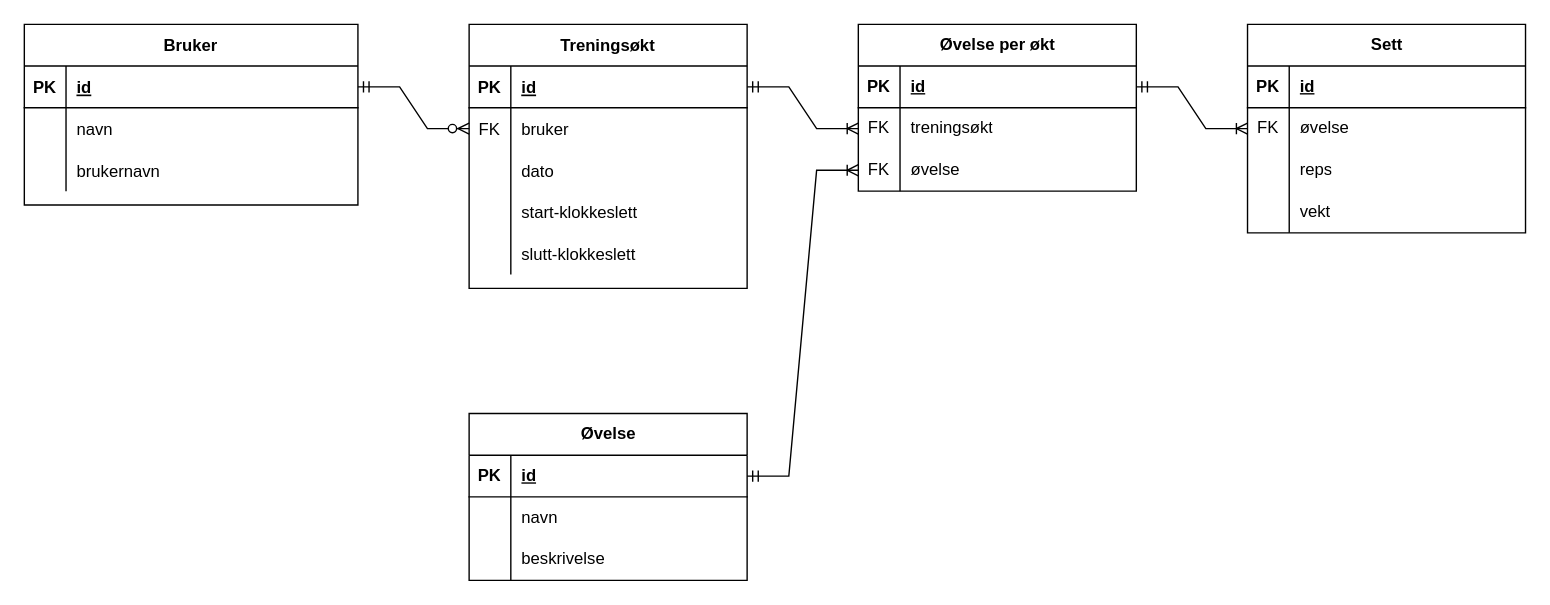
This is Datamodell.drawio from nikirack/prosjekt-arbeid, a draw.io file, before an edit. Source tidied: cells renumbered, new cells numbered last; positions are measured from the earlier drawing's top-left corner, leaving out a move shared by most shapes. Both pictures are drawn from the tidied source at 139%, with x=0, y=0 at pixel (24, 24).
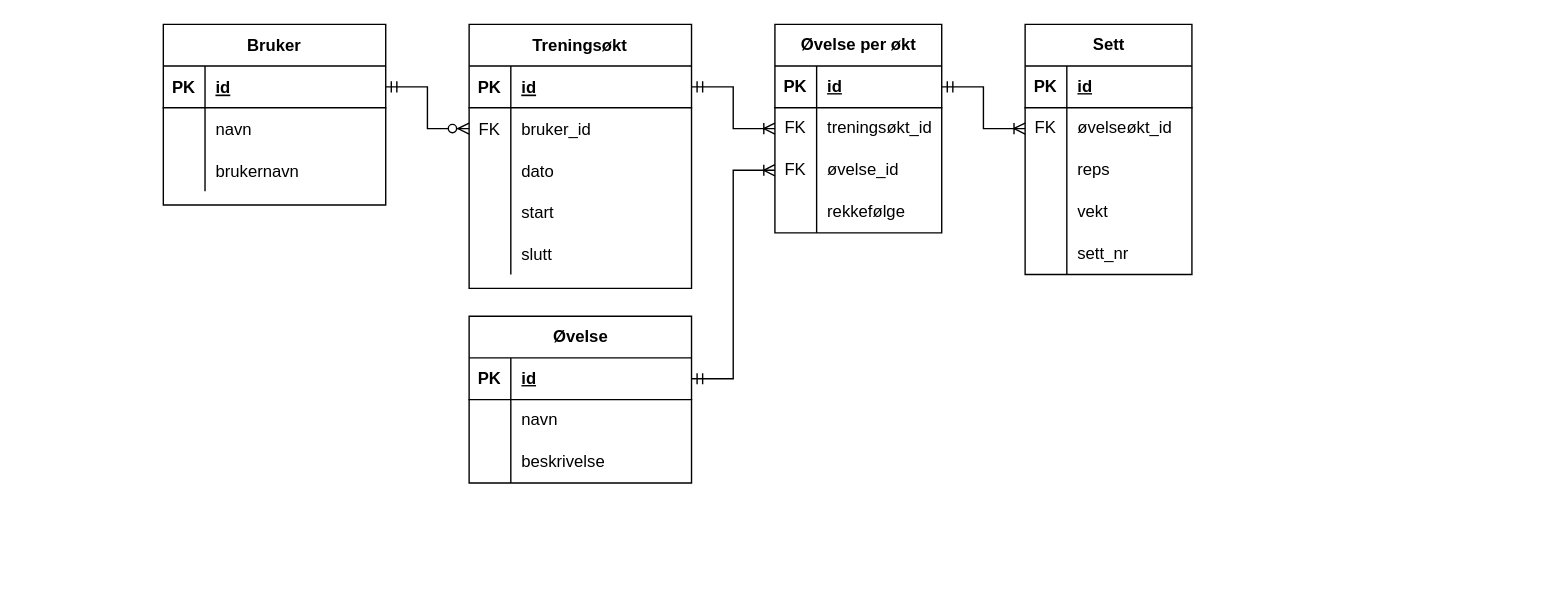
The same page after the edit.

Commit message (it also covers changes not shown here):
Fulført datamodell og startet på koding

Diff of the diagram source:
```diff
@@
     <mxCell id="2" value="Bruker" style="shape=table;startSize=30;childLayout=tableLayout;rowLines=0;fontStyle=1;align=center;" parent="1" vertex="1">
-      <mxGeometry width="240" height="130" as="geometry" />
+      <mxGeometry x="100" width="160" height="130" as="geometry" />
     </mxCell>
     <mxCell id="3" style="shape=partialRectangle;fillColor=none;points=[[0,0.5],[1,0.5]];portConstraint=eastwest;top=0;left=0;right=0;bottom=1;" parent="2" vertex="1">
-      <mxGeometry y="30" width="240" height="30" as="geometry" />
+      <mxGeometry y="30" width="160" height="30" as="geometry" />
     </mxCell>
@@
     <mxCell id="5" value="id" style="shape=partialRectangle;overflow=hidden;fillColor=none;top=0;left=0;bottom=0;right=0;align=left;spacingLeft=6;fontStyle=5;" parent="3" vertex="1">
-      <mxGeometry x="30" width="210" height="30" as="geometry" />
+      <mxGeometry x="30" width="130" height="30" as="geometry" />
     </mxCell>
     <mxCell id="6" style="shape=partialRectangle;fillColor=none;top=0;left=0;right=0;bottom=0;" parent="2" vertex="1">
-      <mxGeometry y="60" width="240" height="30" as="geometry" />
+      <mxGeometry y="60" width="160" height="30" as="geometry" />
     </mxCell>
@@
     <mxCell id="8" value="navn" style="shape=partialRectangle;overflow=hidden;fillColor=none;top=0;left=0;bottom=0;right=0;align=left;spacingLeft=6;" parent="6" vertex="1">
-      <mxGeometry x="30" width="210" height="30" as="geometry" />
+      <mxGeometry x="30" width="130" height="30" as="geometry" />
     </mxCell>
     <mxCell id="9" style="shape=partialRectangle;fillColor=none;top=0;left=0;right=0;bottom=0;" parent="2" vertex="1">
-      <mxGeometry y="90" width="240" height="30" as="geometry" />
+      <mxGeometry y="90" width="160" height="30" as="geometry" />
     </mxCell>
@@
     <mxCell id="11" value="brukernavn" style="shape=partialRectangle;overflow=hidden;fillColor=none;top=0;left=0;bottom=0;right=0;align=left;spacingLeft=6;" parent="9" vertex="1">
-      <mxGeometry x="30" width="210" height="30" as="geometry" />
+      <mxGeometry x="30" width="130" height="30" as="geometry" />
     </mxCell>
     <mxCell id="12" value="Treningsøkt" style="shape=table;startSize=30;childLayout=tableLayout;rowLines=0;fontStyle=1;align=center;" parent="1" vertex="1">
-      <mxGeometry x="320" width="200" height="190" as="geometry" />
+      <mxGeometry x="320" width="160" height="190" as="geometry" />
     </mxCell>
     <mxCell id="13" style="shape=partialRectangle;fillColor=none;points=[[0,0.5],[1,0.5]];portConstraint=eastwest;top=0;left=0;right=0;bottom=1;" parent="12" vertex="1">
-      <mxGeometry y="30" width="200" height="30" as="geometry" />
+      <mxGeometry y="30" width="160" height="30" as="geometry" />
     </mxCell>
@@
     <mxCell id="15" value="id" style="shape=partialRectangle;overflow=hidden;fillColor=none;top=0;left=0;bottom=0;right=0;align=left;spacingLeft=6;fontStyle=5;" parent="13" vertex="1">
-      <mxGeometry x="30" width="170" height="30" as="geometry" />
+      <mxGeometry x="30" width="130" height="30" as="geometry" />
     </mxCell>
     <mxCell id="16" style="shape=partialRectangle;fillColor=none;points=[[0,0.5],[1,0.5]];portConstraint=eastwest;top=0;left=0;right=0;bottom=0;" parent="12" vertex="1">
-      <mxGeometry y="60" width="200" height="30" as="geometry" />
+      <mxGeometry y="60" width="160" height="30" as="geometry" />
     </mxCell>
@@
-    <mxCell id="18" value="bruker" style="shape=partialRectangle;overflow=hidden;fillColor=none;top=0;left=0;bottom=0;right=0;align=left;spacingLeft=6;" parent="16" vertex="1">
-      <mxGeometry x="30" width="170" height="30" as="geometry" />
+    <mxCell id="18" value="bruker_id" style="shape=partialRectangle;overflow=hidden;fillColor=none;top=0;left=0;bottom=0;right=0;align=left;spacingLeft=6;" parent="16" vertex="1">
+      <mxGeometry x="30" width="130" height="30" as="geometry" />
     </mxCell>
     <mxCell id="19" style="shape=partialRectangle;fillColor=none;top=0;left=0;right=0;bottom=0;" parent="12" vertex="1">
-      <mxGeometry y="90" width="200" height="30" as="geometry" />
+      <mxGeometry y="90" width="160" height="30" as="geometry" />
     </mxCell>
@@
     <mxCell id="21" value="dato" style="shape=partialRectangle;overflow=hidden;fillColor=none;top=0;left=0;bottom=0;right=0;align=left;spacingLeft=6;" parent="19" vertex="1">
-      <mxGeometry x="30" width="170" height="30" as="geometry" />
+      <mxGeometry x="30" width="130" height="30" as="geometry" />
     </mxCell>
     <mxCell id="22" style="shape=partialRectangle;fillColor=none;top=0;left=0;right=0;bottom=0;" parent="12" vertex="1">
-      <mxGeometry y="120" width="200" height="30" as="geometry" />
+      <mxGeometry y="120" width="160" height="30" as="geometry" />
     </mxCell>
@@
-    <mxCell id="24" value="start-klokkeslett" style="shape=partialRectangle;overflow=hidden;fillColor=none;top=0;left=0;bottom=0;right=0;align=left;spacingLeft=6;" parent="22" vertex="1">
-      <mxGeometry x="30" width="170" height="30" as="geometry" />
+    <mxCell id="24" value="start" style="shape=partialRectangle;overflow=hidden;fillColor=none;top=0;left=0;bottom=0;right=0;align=left;spacingLeft=6;" parent="22" vertex="1">
+      <mxGeometry x="30" width="130" height="30" as="geometry" />
     </mxCell>
     <mxCell id="25" style="shape=partialRectangle;fillColor=none;top=0;left=0;right=0;bottom=0;" parent="12" vertex="1">
-      <mxGeometry y="150" width="200" height="30" as="geometry" />
+      <mxGeometry y="150" width="160" height="30" as="geometry" />
     </mxCell>
@@
-    <mxCell id="27" value="slutt-klokkeslett" style="shape=partialRectangle;overflow=hidden;fillColor=none;top=0;left=0;bottom=0;right=0;align=left;spacingLeft=6;" parent="25" vertex="1">
-      <mxGeometry x="30" width="170" height="30" as="geometry" />
+    <mxCell id="27" value="slutt" style="shape=partialRectangle;overflow=hidden;fillColor=none;top=0;left=0;bottom=0;right=0;align=left;spacingLeft=6;" parent="25" vertex="1">
+      <mxGeometry x="30" width="130" height="30" as="geometry" />
     </mxCell>
     <mxCell id="28" value="Sett" style="shape=table;startSize=30;childLayout=tableLayout;rowLines=0;fontStyle=1;align=center;html=1;" parent="1" vertex="1">
-      <mxGeometry x="880" width="200" height="150" as="geometry" />
+      <mxGeometry x="720" width="120" height="180" as="geometry" />
     </mxCell>
     <mxCell id="29" style="shape=tableRow;horizontal=0;startSize=0;swimlaneHead=0;swimlaneBody=0;fillColor=none;top=0;left=0;right=0;bottom=1;" parent="28" vertex="1">
-      <mxGeometry y="30" width="200" height="30" as="geometry" />
+      <mxGeometry y="30" width="120" height="30" as="geometry" />
     </mxCell>
@@
     <mxCell id="31" value="id" style="shape=partialRectangle;fillColor=none;top=0;left=0;bottom=0;right=0;align=left;spacingLeft=6;fontStyle=5;overflow=hidden;whiteSpace=wrap;html=1;" parent="29" vertex="1">
-      <mxGeometry x="30" width="170" height="30" as="geometry" />
+      <mxGeometry x="30" width="90" height="30" as="geometry" />
     </mxCell>
     <mxCell id="32" style="shape=tableRow;horizontal=0;startSize=0;swimlaneHead=0;swimlaneBody=0;fillColor=none;points=[[0,0.5],[1,0.5]];portConstraint=eastwest;top=0;left=0;right=0;bottom=0;" parent="28" vertex="1">
-      <mxGeometry y="60" width="200" height="30" as="geometry" />
+      <mxGeometry y="60" width="120" height="30" as="geometry" />
     </mxCell>
@@
-    <mxCell id="34" value="øvelse" style="shape=partialRectangle;fillColor=none;top=0;left=0;bottom=0;right=0;align=left;spacingLeft=6;overflow=hidden;whiteSpace=wrap;html=1;" parent="32" vertex="1">
-      <mxGeometry x="30" width="170" height="30" as="geometry" />
+    <mxCell id="34" value="øvelseøkt_id" style="shape=partialRectangle;fillColor=none;top=0;left=0;bottom=0;right=0;align=left;spacingLeft=6;overflow=hidden;whiteSpace=wrap;html=1;" parent="32" vertex="1">
+      <mxGeometry x="30" width="90" height="30" as="geometry" />
     </mxCell>
     <mxCell id="35" style="shape=tableRow;horizontal=0;startSize=0;swimlaneHead=0;swimlaneBody=0;fillColor=none;top=0;left=0;right=0;bottom=0;" parent="28" vertex="1">
-      <mxGeometry y="90" width="200" height="30" as="geometry" />
+      <mxGeometry y="90" width="120" height="30" as="geometry" />
     </mxCell>
@@
     <mxCell id="37" value="reps" style="shape=partialRectangle;fillColor=none;top=0;left=0;bottom=0;right=0;align=left;spacingLeft=6;overflow=hidden;whiteSpace=wrap;html=1;" parent="35" vertex="1">
-      <mxGeometry x="30" width="170" height="30" as="geometry" />
+      <mxGeometry x="30" width="90" height="30" as="geometry" />
     </mxCell>
     <mxCell id="38" style="shape=tableRow;horizontal=0;startSize=0;swimlaneHead=0;swimlaneBody=0;fillColor=none;top=0;left=0;right=0;bottom=0;" parent="28" vertex="1">
-      <mxGeometry y="120" width="200" height="30" as="geometry" />
+      <mxGeometry y="120" width="120" height="30" as="geometry" />
     </mxCell>
@@
     <mxCell id="40" value="vekt" style="shape=partialRectangle;fillColor=none;top=0;left=0;bottom=0;right=0;align=left;spacingLeft=6;overflow=hidden;whiteSpace=wrap;html=1;" parent="38" vertex="1">
-      <mxGeometry x="30" width="170" height="30" as="geometry" />
+      <mxGeometry x="30" width="90" height="30" as="geometry" />
     </mxCell>
+    <mxCell id="65" style="shape=tableRow;horizontal=0;startSize=0;swimlaneHead=0;swimlaneBody=0;fillColor=none;top=0;left=0;right=0;bottom=0;" parent="28" vertex="1">
+      <mxGeometry y="150" width="120" height="30" as="geometry" />
+    </mxCell>
+    <mxCell id="66" style="shape=partialRectangle;fillColor=none;top=0;left=0;bottom=0;right=0;overflow=hidden;whiteSpace=wrap;html=1;" parent="65" vertex="1">
+      <mxGeometry width="30" height="30" as="geometry" />
+    </mxCell>
+    <mxCell id="67" value="sett_nr" style="shape=partialRectangle;fillColor=none;top=0;left=0;bottom=0;right=0;align=left;spacingLeft=6;overflow=hidden;whiteSpace=wrap;html=1;" parent="65" vertex="1">
+      <mxGeometry x="30" width="90" height="30" as="geometry" />
+    </mxCell>
@@
     <mxCell id="42" value="Øvelse per økt" style="shape=table;startSize=30;childLayout=tableLayout;rowLines=0;fontStyle=1;align=center;html=1;" parent="1" vertex="1">
-      <mxGeometry x="600" width="200" height="120" as="geometry" />
+      <mxGeometry x="540" width="120" height="150" as="geometry" />
     </mxCell>
     <mxCell id="43" style="shape=tableRow;horizontal=0;startSize=0;swimlaneHead=0;swimlaneBody=0;fillColor=none;points=[[0,0.5],[1,0.5]];portConstraint=eastwest;top=0;left=0;right=0;bottom=1;" parent="42" vertex="1">
-      <mxGeometry y="30" width="200" height="30" as="geometry" />
+      <mxGeometry y="30" width="120" height="30" as="geometry" />
     </mxCell>
@@
     <mxCell id="45" value="id" style="shape=partialRectangle;fillColor=none;top=0;left=0;bottom=0;right=0;align=left;spacingLeft=6;fontStyle=5;overflow=hidden;whiteSpace=wrap;html=1;" parent="43" vertex="1">
-      <mxGeometry x="30" width="170" height="30" as="geometry" />
+      <mxGeometry x="30" width="90" height="30" as="geometry" />
     </mxCell>
     <mxCell id="46" style="shape=tableRow;horizontal=0;startSize=0;swimlaneHead=0;swimlaneBody=0;fillColor=none;points=[[0,0.5],[1,0.5]];portConstraint=eastwest;top=0;left=0;right=0;bottom=0;" parent="42" vertex="1">
-      <mxGeometry y="60" width="200" height="30" as="geometry" />
+      <mxGeometry y="60" width="120" height="30" as="geometry" />
     </mxCell>
@@
-    <mxCell id="48" value="treningsøkt" style="shape=partialRectangle;fillColor=none;top=0;left=0;bottom=0;right=0;align=left;spacingLeft=6;overflow=hidden;whiteSpace=wrap;html=1;" parent="46" vertex="1">
-      <mxGeometry x="30" width="170" height="30" as="geometry" />
+    <mxCell id="48" value="treningsøkt_id" style="shape=partialRectangle;fillColor=none;top=0;left=0;bottom=0;right=0;align=left;spacingLeft=6;overflow=hidden;whiteSpace=wrap;html=1;" parent="46" vertex="1">
+      <mxGeometry x="30" width="90" height="30" as="geometry" />
     </mxCell>
     <mxCell id="49" style="shape=tableRow;horizontal=0;startSize=0;swimlaneHead=0;swimlaneBody=0;fillColor=none;points=[[0,0.5],[1,0.5]];portConstraint=eastwest;top=0;left=0;right=0;bottom=0;" parent="42" vertex="1">
-      <mxGeometry y="90" width="200" height="30" as="geometry" />
+      <mxGeometry y="90" width="120" height="30" as="geometry" />
     </mxCell>
@@
-    <mxCell id="51" value="øvelse" style="shape=partialRectangle;fillColor=none;top=0;left=0;bottom=0;right=0;align=left;spacingLeft=6;overflow=hidden;whiteSpace=wrap;html=1;" parent="49" vertex="1">
-      <mxGeometry x="30" width="170" height="30" as="geometry" />
+    <mxCell id="51" value="øvelse_id" style="shape=partialRectangle;fillColor=none;top=0;left=0;bottom=0;right=0;align=left;spacingLeft=6;overflow=hidden;whiteSpace=wrap;html=1;" parent="49" vertex="1">
+      <mxGeometry x="30" width="90" height="30" as="geometry" />
     </mxCell>
+    <mxCell id="68" style="shape=tableRow;horizontal=0;startSize=0;swimlaneHead=0;swimlaneBody=0;fillColor=none;top=0;left=0;right=0;bottom=0;" parent="42" vertex="1">
+      <mxGeometry y="120" width="120" height="30" as="geometry" />
+    </mxCell>
+    <mxCell id="69" style="shape=partialRectangle;fillColor=none;top=0;left=0;bottom=0;right=0;overflow=hidden;whiteSpace=wrap;html=1;" parent="68" vertex="1">
+      <mxGeometry width="30" height="30" as="geometry" />
+    </mxCell>
+    <mxCell id="70" value="rekkefølge" style="shape=partialRectangle;fillColor=none;top=0;left=0;bottom=0;right=0;align=left;spacingLeft=6;overflow=hidden;whiteSpace=wrap;html=1;" parent="68" vertex="1">
+      <mxGeometry x="30" width="90" height="30" as="geometry" />
+    </mxCell>
@@
     <mxCell id="53" value="Øvelse" style="shape=table;startSize=30;childLayout=tableLayout;rowLines=0;fontStyle=1;align=center;html=1;" parent="1" vertex="1">
-      <mxGeometry x="320" y="280" width="200" height="120" as="geometry" />
+      <mxGeometry x="320" y="210" width="160" height="120" as="geometry" />
     </mxCell>
     <mxCell id="54" style="shape=tableRow;horizontal=0;startSize=0;swimlaneHead=0;swimlaneBody=0;fillColor=none;points=[[0,0.5],[1,0.5]];portConstraint=eastwest;top=0;left=0;right=0;bottom=1;" parent="53" vertex="1">
-      <mxGeometry y="30" width="200" height="30" as="geometry" />
+      <mxGeometry y="30" width="160" height="30" as="geometry" />
     </mxCell>
@@
     <mxCell id="56" value="id" style="shape=partialRectangle;fillColor=none;top=0;left=0;bottom=0;right=0;align=left;spacingLeft=6;fontStyle=5;overflow=hidden;whiteSpace=wrap;html=1;" parent="54" vertex="1">
-      <mxGeometry x="30" width="170" height="30" as="geometry" />
+      <mxGeometry x="30" width="130" height="30" as="geometry" />
     </mxCell>
     <mxCell id="57" style="shape=tableRow;horizontal=0;startSize=0;swimlaneHead=0;swimlaneBody=0;fillColor=none;top=0;left=0;right=0;bottom=0;" parent="53" vertex="1">
-      <mxGeometry y="60" width="200" height="30" as="geometry" />
+      <mxGeometry y="60" width="160" height="30" as="geometry" />
     </mxCell>
@@
     <mxCell id="59" value="navn" style="shape=partialRectangle;fillColor=none;top=0;left=0;bottom=0;right=0;align=left;spacingLeft=6;overflow=hidden;whiteSpace=wrap;html=1;" parent="57" vertex="1">
-      <mxGeometry x="30" width="170" height="30" as="geometry" />
+      <mxGeometry x="30" width="130" height="30" as="geometry" />
     </mxCell>
     <mxCell id="60" style="shape=tableRow;horizontal=0;startSize=0;swimlaneHead=0;swimlaneBody=0;fillColor=none;top=0;left=0;right=0;bottom=0;" parent="53" vertex="1">
-      <mxGeometry y="90" width="200" height="30" as="geometry" />
+      <mxGeometry y="90" width="160" height="30" as="geometry" />
     </mxCell>
@@
     <mxCell id="62" value="beskrivelse" style="shape=partialRectangle;fillColor=none;top=0;left=0;bottom=0;right=0;align=left;spacingLeft=6;overflow=hidden;whiteSpace=wrap;html=1;" parent="60" vertex="1">
-      <mxGeometry x="30" width="170" height="30" as="geometry" />
+      <mxGeometry x="30" width="130" height="30" as="geometry" />
     </mxCell>
```
